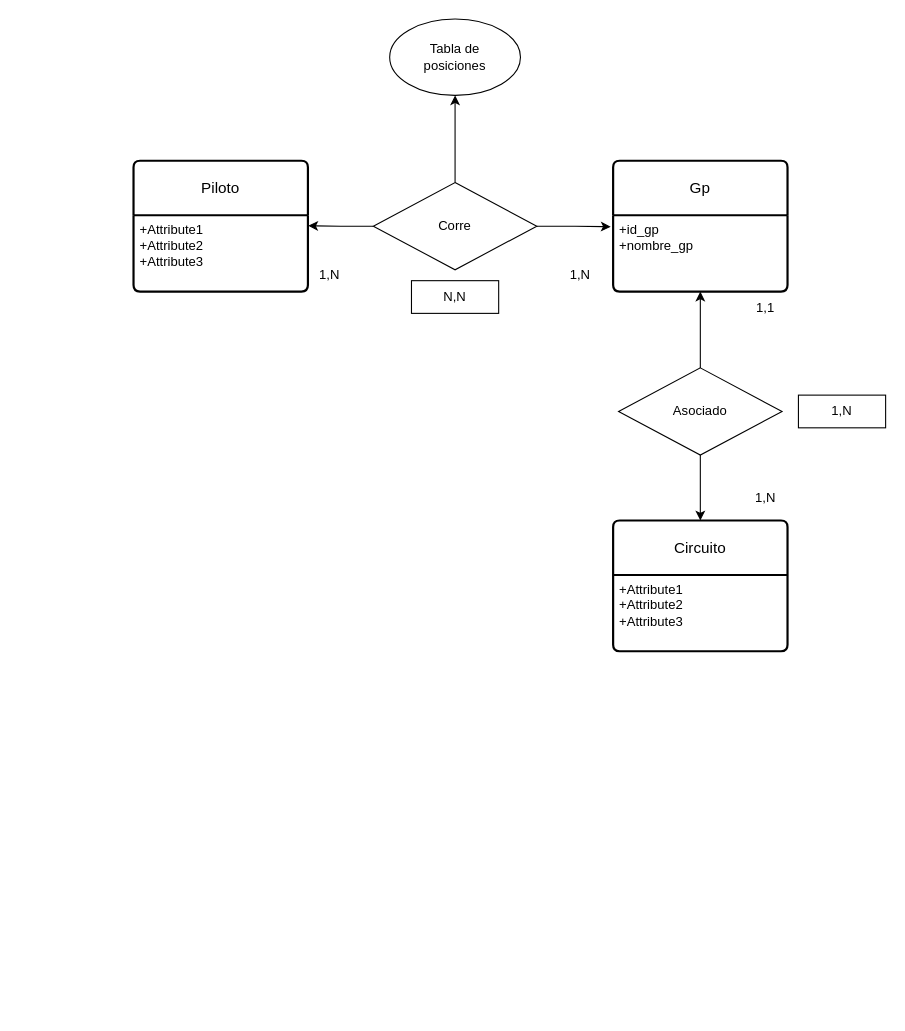
Earlier version of the draw.io diagram page "Page-1" (1 of 2) of Diagrama sin título.drawio (marcosfernandezlopez/Laboratorio-de-redes-y-sistemas-operativos). Source tidied: cells renumbered, new cells numbered last; positions are measured from the earlier drawing's top-left corner, leaving out a move shared by most shapes. Both pictures are drawn from the tidied source at 109%, with x=0, y=0 at pixel (133, 19).
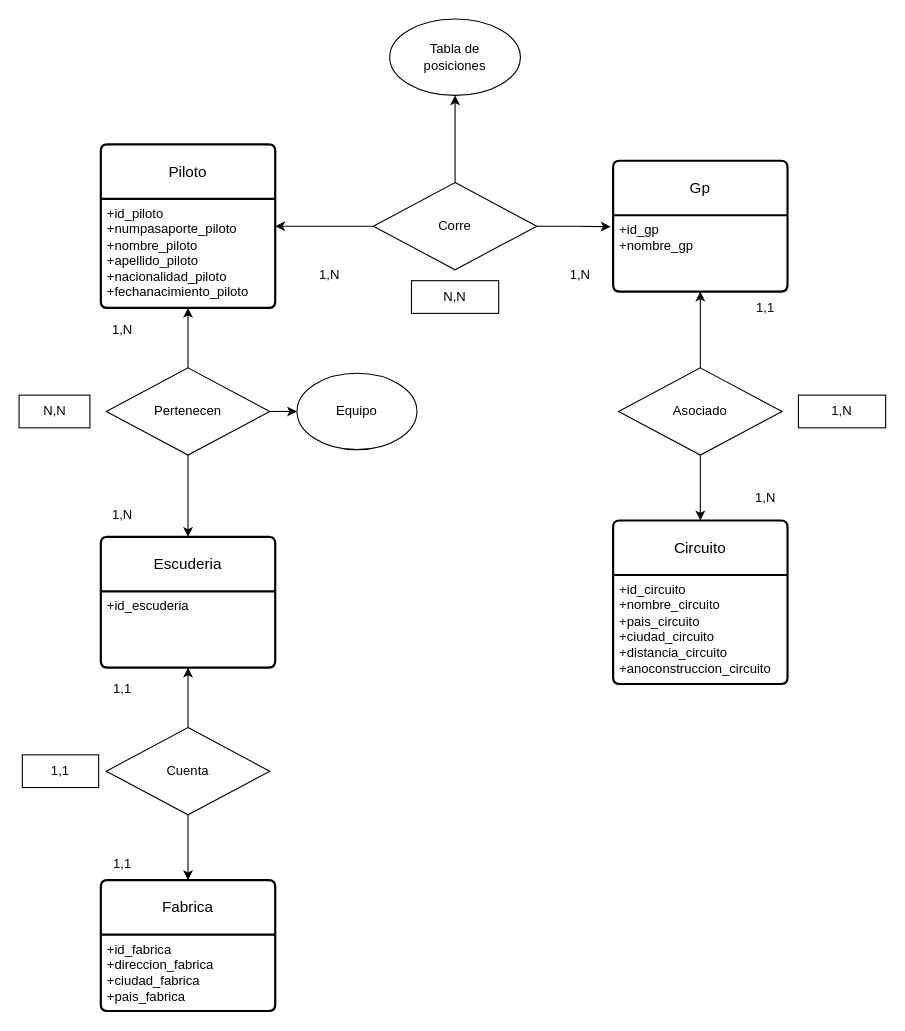
The same page after the edit.

The change refers to these unchanged cells:
```xml
<mxCell id="11" style="rhombus;whiteSpace=wrap;html=1;" parent="1" vertex="1">
  <mxGeometry x="220" y="150" width="150" height="80" as="geometry" />
</mxCell>
```

What changed in the source:
```diff
@@
     <mxCell id="2" value="Piloto" style="swimlane;horizontal=1;startSize=50;rounded=1;fontSize=14;fontStyle=0;strokeWidth=2;shadow=0;dashed=0;align=center;arcSize=4;whiteSpace=wrap;html=1;" parent="1" vertex="1">
-      <mxGeometry y="130" width="160" height="120" as="geometry" />
+      <mxGeometry x="-30" y="115" width="160" height="150" as="geometry" />
     </mxCell>
-    <mxCell id="3" value="+Attribute1&#10;+Attribute2&#10;+Attribute3" style="align=left;strokeColor=none;fillColor=none;spacingLeft=4;fontSize=12;verticalAlign=top;html=1;" parent="2" vertex="1">
-      <mxGeometry y="50" width="160" height="70" as="geometry" />
+    <mxCell id="3" value="+id_piloto&lt;br&gt;+numpasaporte_piloto&lt;br&gt;+nombre_piloto&lt;br&gt;+apellido_piloto&lt;br&gt;+nacionalidad_piloto&lt;br&gt;+fechanacimiento_piloto" style="align=left;strokeColor=none;fillColor=none;spacingLeft=4;fontSize=12;verticalAlign=top;html=1;" parent="2" vertex="1">
+      <mxGeometry y="50" width="160" height="100" as="geometry" />
     </mxCell>
@@
-    <mxCell id="8" style="edgeStyle=orthogonalEdgeStyle;rounded=0;jettySize=auto;html=1;exitX=0;exitY=0.5;exitDx=0;exitDy=0;entryX=1.002;entryY=0.138;entryDx=0;entryDy=0;entryPerimeter=0;" parent="1" edge="1" source="11" target="3">
-      <mxGeometry relative="1" as="geometry" />
-    </mxCell>
@@
+    <mxCell id="8" style="edgeStyle=orthogonalEdgeStyle;rounded=0;jettySize=auto;html=1;exitX=0;exitY=0.5;exitDx=0;exitDy=0;entryX=1;entryY=0.25;entryDx=0;entryDy=0;" parent="1" edge="1" source="11" target="3">
+      <mxGeometry relative="1" as="geometry" />
+    </mxCell>
@@
     <mxCell id="21" value="Circuito" style="swimlane;horizontal=1;startSize=50;rounded=1;fontSize=14;fontStyle=0;strokeWidth=2;shadow=0;dashed=0;align=center;arcSize=4;whiteSpace=wrap;html=1;" parent="1" vertex="1">
-      <mxGeometry x="440" y="460" width="160" height="120" as="geometry" />
+      <mxGeometry x="440" y="460" width="160" height="150" as="geometry" />
     </mxCell>
-    <mxCell id="22" value="+Attribute1&#10;+Attribute2&#10;+Attribute3" style="align=left;strokeColor=none;fillColor=none;spacingLeft=4;fontSize=12;verticalAlign=top;html=1;" parent="21" vertex="1">
-      <mxGeometry y="50" width="160" height="70" as="geometry" />
+    <mxCell id="22" value="+id_circuito&lt;br&gt;+nombre_circuito&lt;br&gt;+pais_circuito&lt;br&gt;+ciudad_circuito&lt;br&gt;+distancia_circuito&lt;br&gt;+anoconstruccion_circuito" style="align=left;strokeColor=none;fillColor=none;spacingLeft=4;fontSize=12;verticalAlign=top;html=1;" parent="21" vertex="1">
+      <mxGeometry y="50" width="160" height="100" as="geometry" />
     </mxCell>
@@
+    <mxCell id="27" style="edgeStyle=orthogonalEdgeStyle;rounded=0;jettySize=auto;html=1;exitX=0.5;exitY=0;exitDx=0;exitDy=0;entryX=0.5;entryY=1;entryDx=0;entryDy=0;" parent="1" edge="1" source="30" target="3">
+      <mxGeometry relative="1" as="geometry" />
+    </mxCell>
+    <mxCell id="28" style="edgeStyle=orthogonalEdgeStyle;rounded=0;jettySize=auto;html=1;exitX=0.5;exitY=1;exitDx=0;exitDy=0;entryX=0.5;entryY=0;entryDx=0;entryDy=0;" parent="1" edge="1" source="30" target="31">
+      <mxGeometry relative="1" as="geometry" />
+    </mxCell>
+    <mxCell id="29" style="edgeStyle=orthogonalEdgeStyle;rounded=0;jettySize=auto;html=1;exitX=1;exitY=0.5;exitDx=0;exitDy=0;entryX=0;entryY=0.5;entryDx=0;entryDy=0;" parent="1" edge="1" source="30" target="38">
+      <mxGeometry relative="1" as="geometry" />
+    </mxCell>
+    <mxCell id="30" style="rhombus;whiteSpace=wrap;html=1;" parent="1" vertex="1">
+      <mxGeometry x="-25" y="320" width="150" height="80" as="geometry" />
+    </mxCell>
+    <mxCell id="31" value="Escuderia" style="swimlane;horizontal=1;startSize=50;rounded=1;fontSize=14;fontStyle=0;strokeWidth=2;shadow=0;dashed=0;align=center;arcSize=4;whiteSpace=wrap;html=1;" parent="1" vertex="1">
+      <mxGeometry x="-30" y="475" width="160" height="120" as="geometry" />
+    </mxCell>
+    <mxCell id="32" value="+id_escuderia" style="align=left;strokeColor=none;fillColor=none;spacingLeft=4;fontSize=12;verticalAlign=top;html=1;" parent="31" vertex="1">
+      <mxGeometry y="50" width="160" height="70" as="geometry" />
+    </mxCell>
+    <mxCell id="33" value="Pertenecen" style="text;html=1;strokeColor=none;fillColor=none;align=center;verticalAlign=middle;whiteSpace=wrap;rounded=0;" parent="1" vertex="1">
+      <mxGeometry x="20" y="345" width="60" height="30" as="geometry" />
+    </mxCell>
+    <mxCell id="34" value="1,N" style="text;html=1;strokeColor=none;fillColor=none;align=center;verticalAlign=middle;whiteSpace=wrap;rounded=0;" parent="1" vertex="1">
+      <mxGeometry x="-40" y="440" width="60" height="30" as="geometry" />
+    </mxCell>
+    <mxCell id="35" value="1,N" style="text;html=1;strokeColor=none;fillColor=none;align=center;verticalAlign=middle;whiteSpace=wrap;rounded=0;" parent="1" vertex="1">
+      <mxGeometry x="-40" y="270" width="60" height="30" as="geometry" />
+    </mxCell>
+    <mxCell id="36" style="rounded=0;whiteSpace=wrap;html=1;" parent="1" vertex="1">
+      <mxGeometry x="-105" y="345" width="65" height="30" as="geometry" />
+    </mxCell>
+    <mxCell id="37" value="N,N" style="text;html=1;strokeColor=none;fillColor=none;align=center;verticalAlign=middle;whiteSpace=wrap;rounded=0;" parent="1" vertex="1">
+      <mxGeometry x="-102" y="345" width="60" height="30" as="geometry" />
+    </mxCell>
+    <mxCell id="38" style="ellipse;whiteSpace=wrap;html=1;" parent="1" vertex="1">
+      <mxGeometry x="150" y="325" width="110" height="70" as="geometry" />
+    </mxCell>
+    <mxCell id="39" value="Equipo" style="text;html=1;strokeColor=none;fillColor=none;align=center;verticalAlign=middle;whiteSpace=wrap;rounded=0;" parent="1" vertex="1">
+      <mxGeometry x="175" y="345" width="60" height="30" as="geometry" />
+    </mxCell>
+    <mxCell id="40" style="edgeStyle=orthogonalEdgeStyle;rounded=0;jettySize=auto;html=1;exitX=0.5;exitY=0;exitDx=0;exitDy=0;entryX=0.5;entryY=1;entryDx=0;entryDy=0;" parent="1" edge="1" source="42" target="32">
+      <mxGeometry relative="1" as="geometry" />
+    </mxCell>
+    <mxCell id="41" style="edgeStyle=orthogonalEdgeStyle;rounded=0;jettySize=auto;html=1;exitX=0.5;exitY=1;exitDx=0;exitDy=0;entryX=0.5;entryY=0;entryDx=0;entryDy=0;" parent="1" edge="1" source="42" target="44">
+      <mxGeometry relative="1" as="geometry" />
+    </mxCell>
+    <mxCell id="42" style="rhombus;whiteSpace=wrap;html=1;" parent="1" vertex="1">
+      <mxGeometry x="-25" y="650" width="150" height="80" as="geometry" />
+    </mxCell>
+    <mxCell id="43" value="Cuenta" style="text;html=1;strokeColor=none;fillColor=none;align=center;verticalAlign=middle;whiteSpace=wrap;rounded=0;" parent="1" vertex="1">
+      <mxGeometry x="20" y="675" width="60" height="30" as="geometry" />
+    </mxCell>
+    <mxCell id="44" value="Fabrica" style="swimlane;horizontal=1;startSize=50;rounded=1;fontSize=14;fontStyle=0;strokeWidth=2;shadow=0;dashed=0;align=center;arcSize=4;whiteSpace=wrap;html=1;" parent="1" vertex="1">
+      <mxGeometry x="-30" y="790" width="160" height="120" as="geometry" />
+    </mxCell>
+    <mxCell id="45" value="+id_fabrica&lt;br&gt;+direccion_fabrica&lt;br&gt;+ciudad_fabrica&lt;br&gt;+pais_fabrica" style="align=left;strokeColor=none;fillColor=none;spacingLeft=4;fontSize=12;verticalAlign=top;html=1;" parent="44" vertex="1">
+      <mxGeometry y="50" width="160" height="70" as="geometry" />
+    </mxCell>
+    <mxCell id="46" value="1,1" style="text;html=1;strokeColor=none;fillColor=none;align=center;verticalAlign=middle;whiteSpace=wrap;rounded=0;" parent="1" vertex="1">
+      <mxGeometry x="-40" y="760" width="60" height="30" as="geometry" />
+    </mxCell>
+    <mxCell id="47" value="1,1" style="text;html=1;strokeColor=none;fillColor=none;align=center;verticalAlign=middle;whiteSpace=wrap;rounded=0;" parent="1" vertex="1">
+      <mxGeometry x="-40" y="600" width="60" height="30" as="geometry" />
+    </mxCell>
+    <mxCell id="48" style="rounded=0;whiteSpace=wrap;html=1;" parent="1" vertex="1">
+      <mxGeometry x="-102" y="675" width="70" height="30" as="geometry" />
+    </mxCell>
+    <mxCell id="49" value="1,1" style="text;html=1;strokeColor=none;fillColor=none;align=center;verticalAlign=middle;whiteSpace=wrap;rounded=0;" parent="1" vertex="1">
+      <mxGeometry x="-97" y="675" width="60" height="30" as="geometry" />
+    </mxCell>
```
